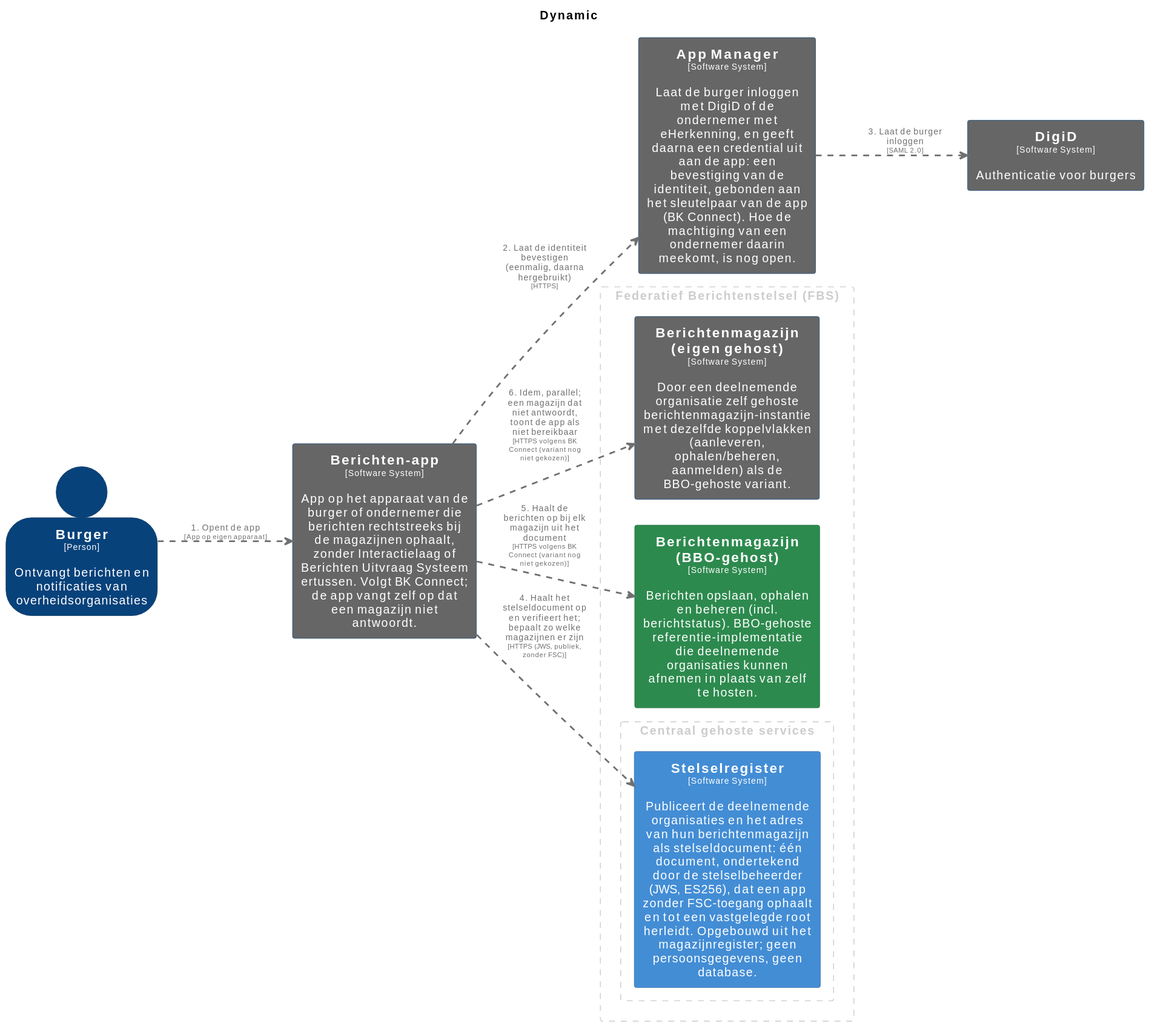
Before: pr-preview/pr-447/master/svg/RechtstreeksOphalenBurger.svg, a diagram exported from PlantUML (MinBZK/moza-poc-fbs-berichtenbox). Its source is kept beside it as pr-preview/pr-447/master/puml/RechtstreeksOphalenBurger.puml.
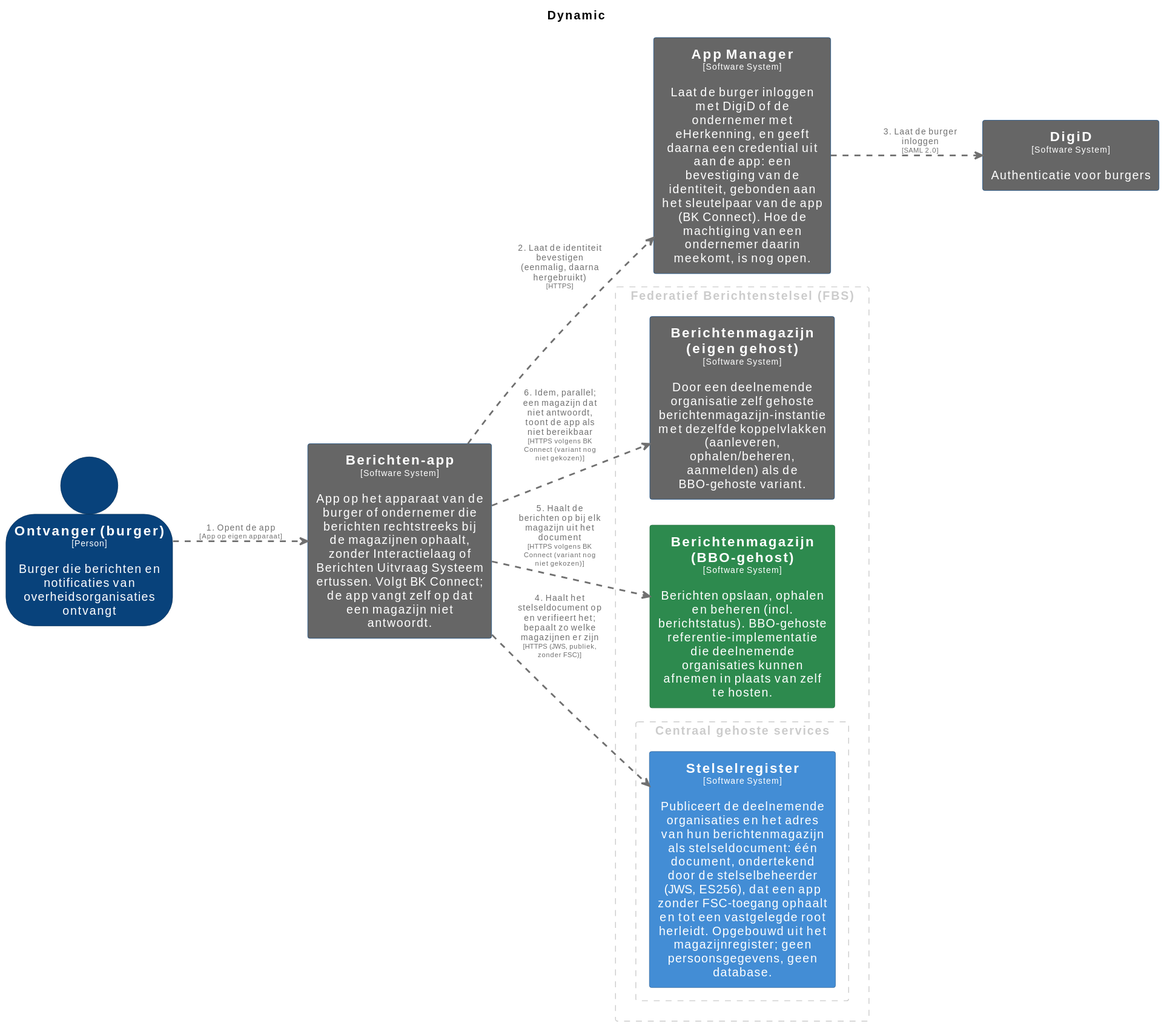
After the commit.

The edit, as a diff of the source:
```diff
@@ -39,16 +39,16 @@
   BorderColor #0b4884
   shadowing false
 }
-skinparam person<<Burger>> {
-  BackgroundColor #08427b
-  FontColor #ffffff
-  BorderColor #052e56
-  shadowing false
-}
 skinparam rectangle<<DigiD>> {
   BackgroundColor #666666
   FontColor #ffffff
   BorderColor #0b4884
+  shadowing false
+}
+skinparam person<<Ontvangerburger>> {
+  BackgroundColor #08427b
+  FontColor #ffffff
+  BorderColor #052e56
   shadowing false
 }
 skinparam rectangle<<Stelselregister>> {
@@ -75,11 +75,11 @@
 
 }
 
-person "==Burger\n<size:10>[Person]</size>\n\nOntvangt berichten en notificaties van overheidsorganisaties" <<Burger>> as Burger
+person "==Ontvanger (burger)\n<size:10>[Person]</size>\n\nBurger die berichten en notificaties van overheidsorganisaties ontvangt" <<Ontvangerburger>> as Ontvangerburger
 rectangle "==DigiD\n<size:10>[Software System]</size>\n\nAuthenticatie voor burgers" <<DigiD>> as DigiD
 rectangle "==Berichten-app\n<size:10>[Software System]</size>\n\nApp op het apparaat van de burger of ondernemer die berichten rechtstreeks bij de magazijnen ophaalt, zonder Interactielaag of Berichten Uitvraag Systeem ertussen. Volgt BK Connect; de app vangt zelf op dat een magazijn niet antwoordt." <<Berichtenapp>> as Berichtenapp
 rectangle "==App Manager\n<size:10>[Software System]</size>\n\nLaat de burger inloggen met DigiD of de ondernemer met eHerkenning, en geeft daarna een credential uit aan de app: een bevestiging van de identiteit, gebonden aan het sleutelpaar van de app (BK Connect). Hoe de machtiging van een ondernemer daarin meekomt, is nog open." <<AppManager>> as AppManager
-Burger .[#707070,thickness=2].> Berichtenapp : "<color:#707070>1. Opent de app\n<color:#707070><size:8>[App op eigen apparaat]</size>"
+Ontvangerburger .[#707070,thickness=2].> Berichtenapp : "<color:#707070>1. Opent de app\n<color:#707070><size:8>[App op eigen apparaat]</size>"
 Berichtenapp .[#707070,thickness=2].> AppManager : "<color:#707070>2. Laat de identiteit bevestigen (eenmalig, daarna hergebruikt)\n<color:#707070><size:8>[HTTPS]</size>"
 AppManager .[#707070,thickness=2].> DigiD : "<color:#707070>3. Laat de burger inloggen\n<color:#707070><size:8>[SAML 2.0]</size>"
 Berichtenapp .[#707070,thickness=2].> Stelselregister : "<color:#707070>4. Haalt het stelseldocument op en verifieert het; bepaalt zo welke magazijnen er zijn\n<color:#707070><size:8>[HTTPS (JWS, publiek, zonder FSC)]</size>"
```
